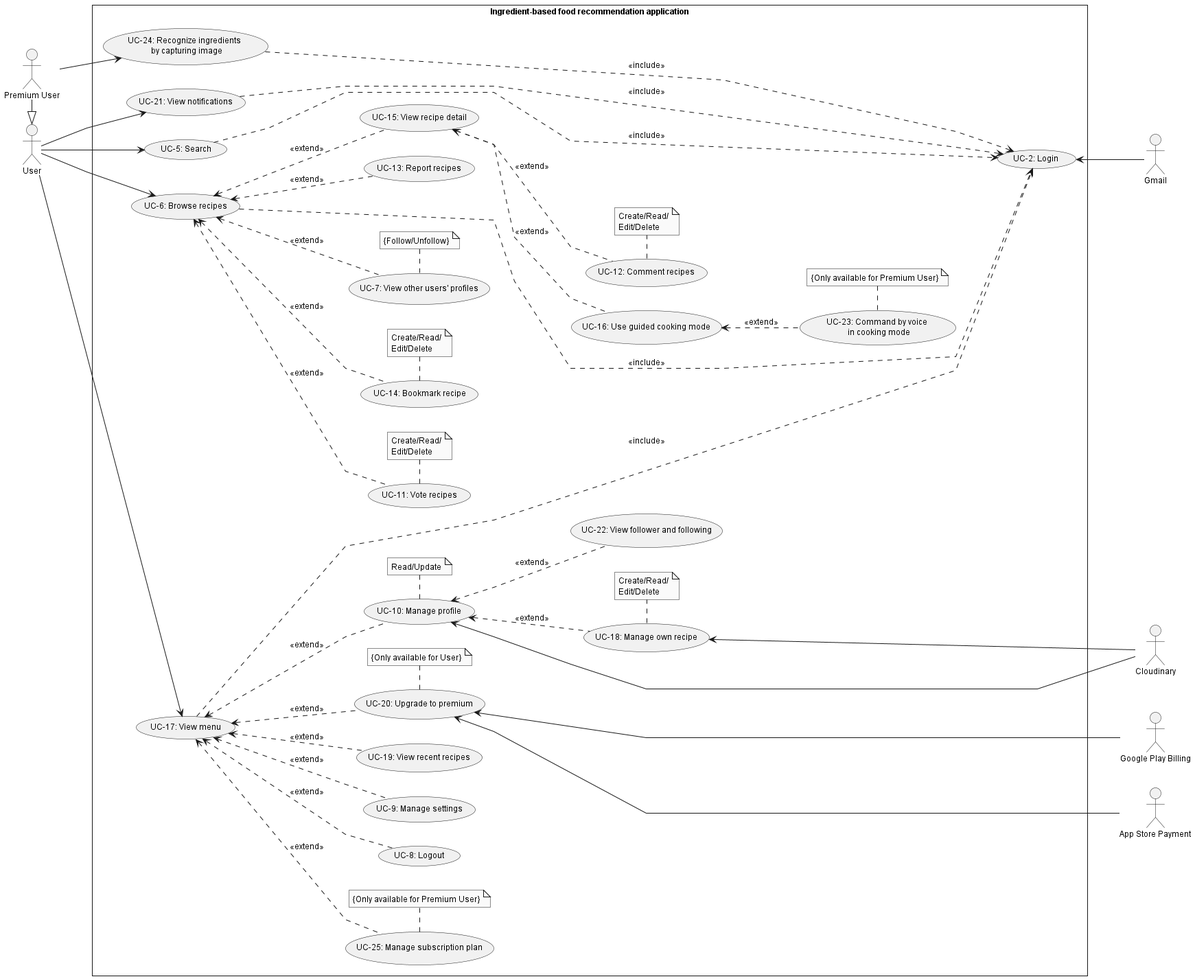
Above: doc/SRS/Usecase/UserUsecase/UserUsecase.png in Carl-Johnsons/tastopia (PlantUML), before the change.
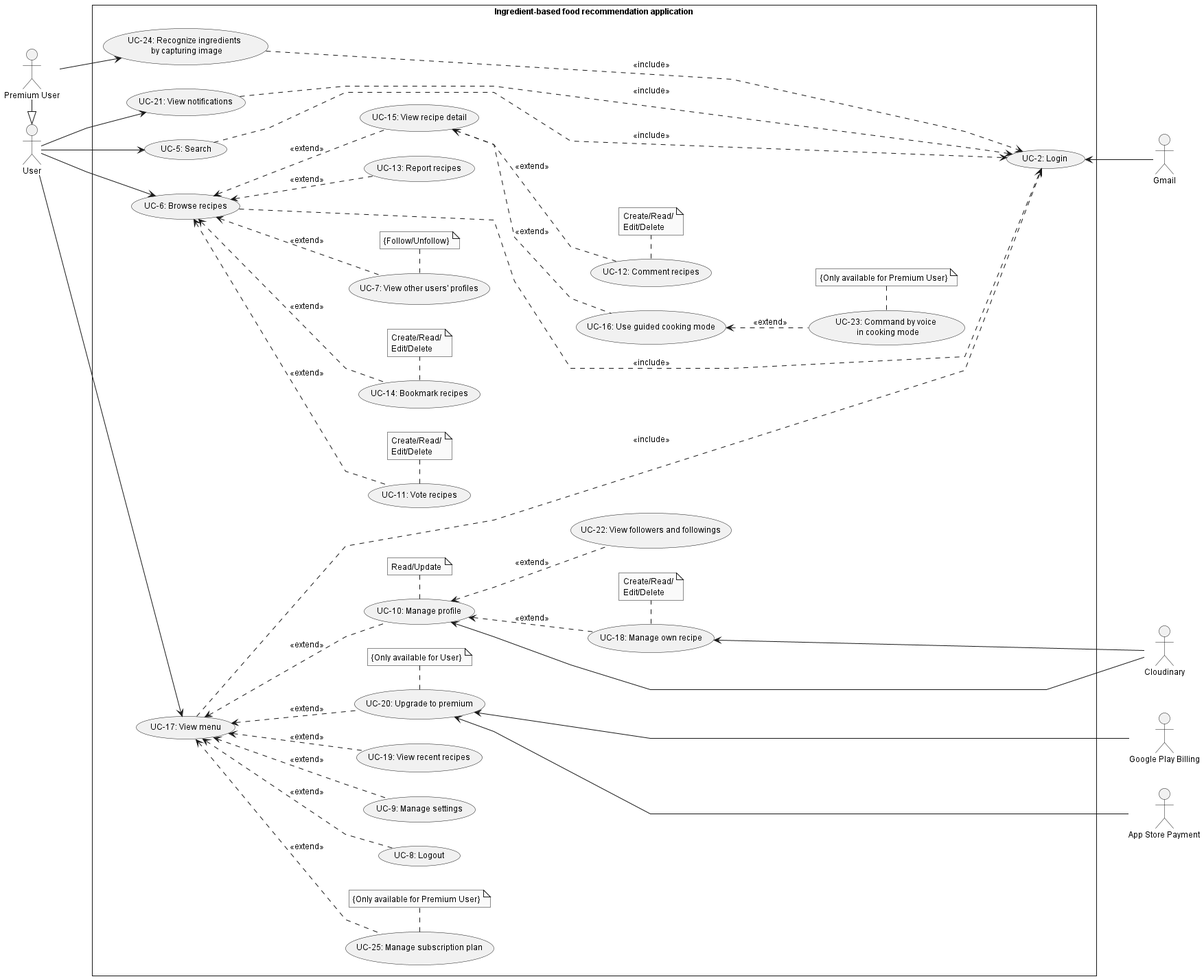
The same file after the commit.

Diff of the diagram source:
```diff
@@ -22,7 +22,7 @@
     usecase "UC-11: Vote recipes" as ucVoteRecipe
     usecase "UC-12: Comment recipes" as ucCmtRecipe
     usecase "UC-13: Report recipes" as ucReportRecipe
-    usecase "UC-14: Bookmark recipe" as ucBookmarkRecipe
+    usecase "UC-14: Bookmark recipes" as ucBookmarkRecipe
     usecase "UC-15: View recipe detail" as ucViewRecipeDetail
     usecase "UC-16: Use guided cooking mode" as ucGuidedCCM
     usecase "UC-7: View other users' profiles" as ucViewUSProfile
@@ -33,7 +33,7 @@
     usecase "UC-20: Upgrade to premium" as ucUpgradeToPremium
 
     usecase "UC-21: View notifications" as ucViewNotif
-    usecase "UC-22: View follower and following" as ucViewFollow
+    usecase "UC-22: View followers and followings" as ucViewFollow
 
     note "Create/Read/\nEdit/Delete" as noteManageRecipe
     note "Read/Update" as noteManageProfile
```
